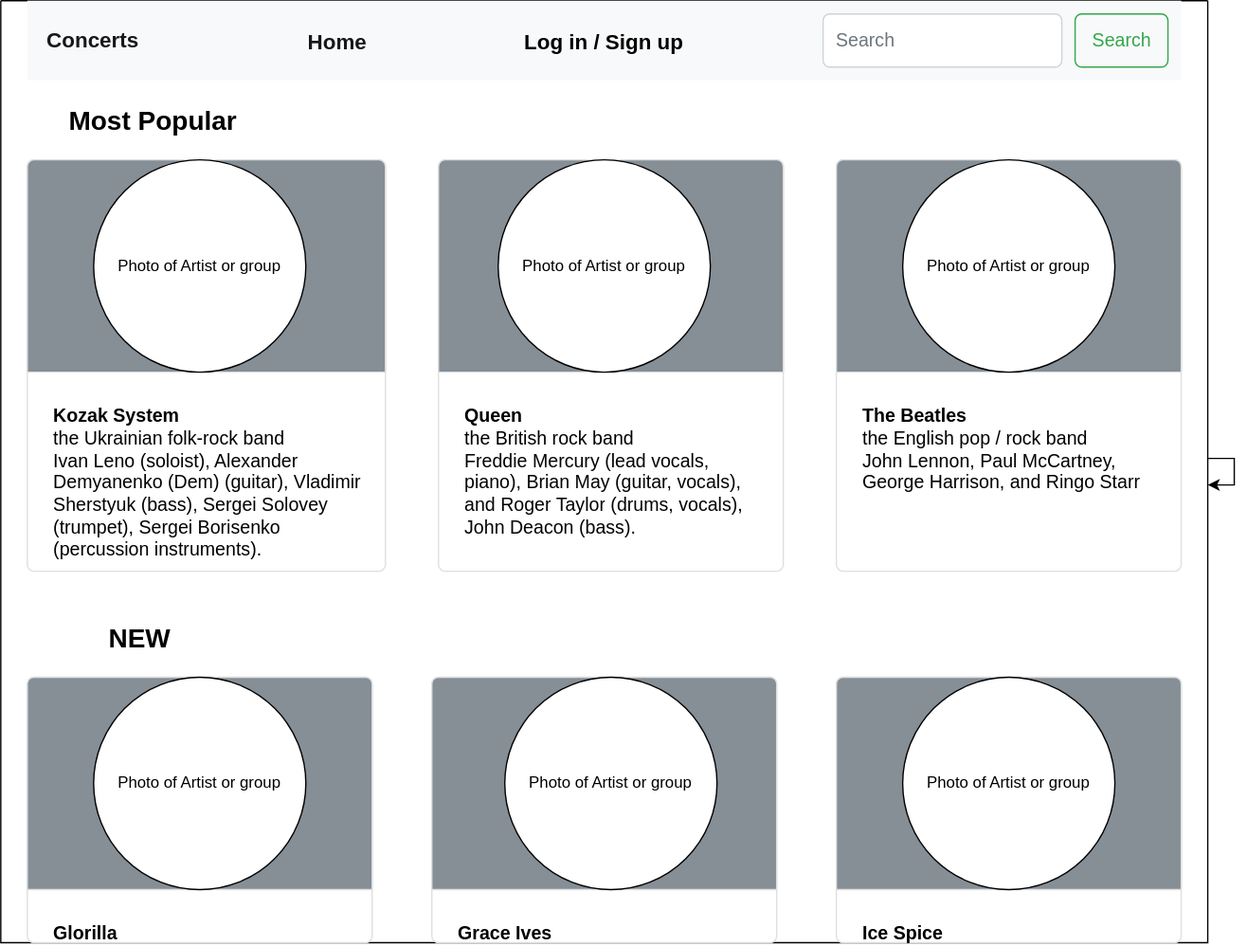
Before: .mainPage.svg, a diagram exported from draw.io (Nostiia/Team5). Source tidied: cells renumbered, new cells last; positions are measured from the earlier drawing's top-left corner, leaving out a move shared by most shapes.
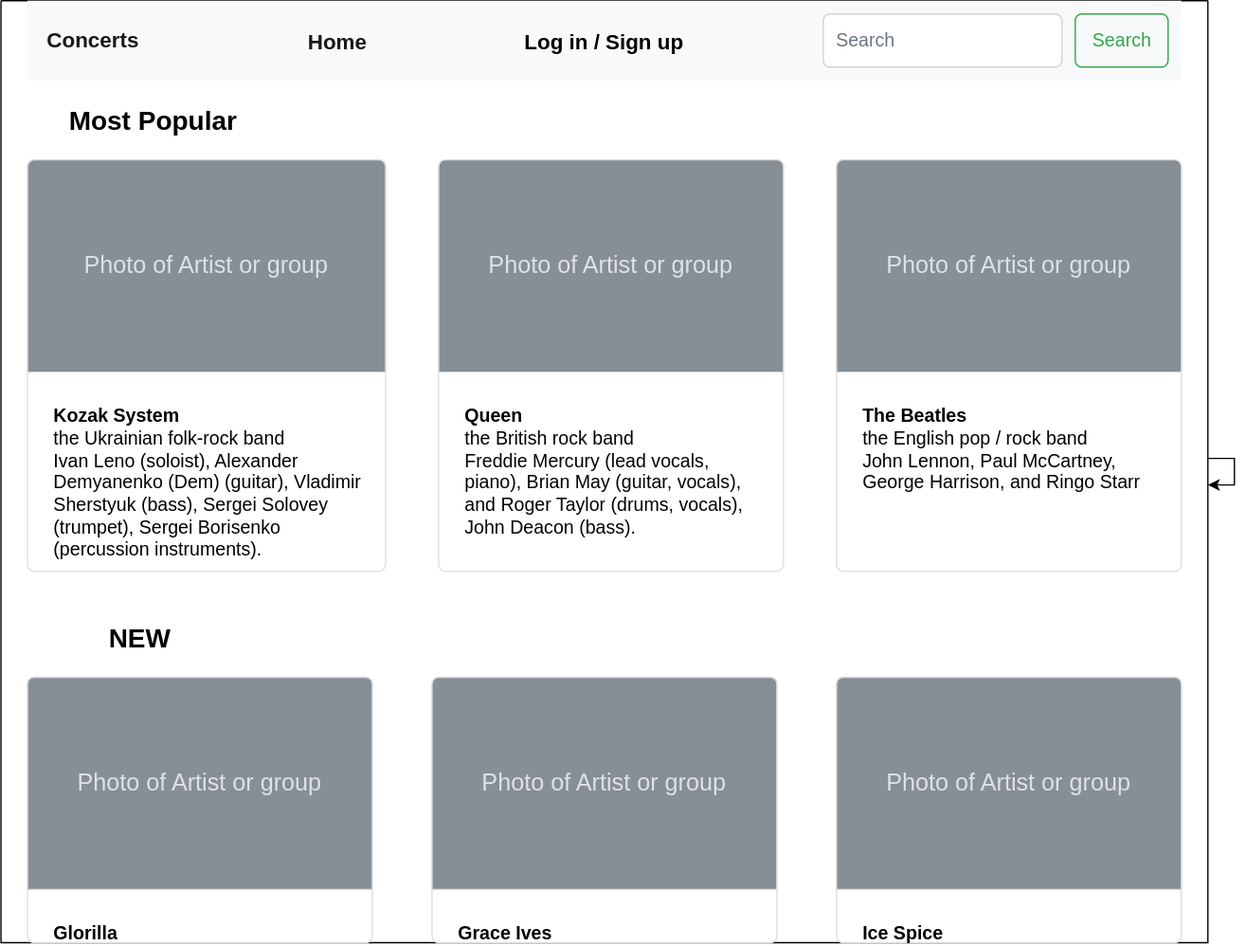
After the change.

Change to the diagram source:
```diff
@@ -8,32 +8,23 @@
     <mxCell id="3" value="&lt;b&gt;Queen&lt;br&gt;&lt;/b&gt;the British&amp;nbsp;&lt;a style=&quot;text-decoration-line: none; background: none rgb(255, 255, 255); overflow-wrap: break-word; font-family: sans-serif;&quot; title=&quot;Rock music&quot; href=&quot;https://en.wikipedia.org/wiki/Rock_music&quot;&gt;&lt;font color=&quot;#030303&quot;&gt;rock&lt;/font&gt;&lt;/a&gt;&amp;nbsp;band&lt;br&gt;&lt;font color=&quot;#030303&quot;&gt;&lt;a style=&quot;text-decoration-line: none; background: none rgb(255, 255, 255); overflow-wrap: break-word; font-family: sans-serif;&quot; title=&quot;Freddie Mercury&quot; href=&quot;https://en.wikipedia.org/wiki/Freddie_Mercury&quot;&gt;&lt;font color=&quot;#030303&quot;&gt;Freddie Mercury&lt;/font&gt;&lt;/a&gt;&lt;span style=&quot;font-family: sans-serif; background-color: rgb(255, 255, 255);&quot;&gt;&amp;nbsp;(lead vocals, piano),&amp;nbsp;&lt;/span&gt;&lt;a style=&quot;text-decoration-line: none; background: none rgb(255, 255, 255); overflow-wrap: break-word; font-family: sans-serif;&quot; title=&quot;Brian May&quot; href=&quot;https://en.wikipedia.org/wiki/Brian_May&quot;&gt;&lt;font color=&quot;#030303&quot;&gt;Brian May&lt;/font&gt;&lt;/a&gt;&lt;span style=&quot;font-family: sans-serif; background-color: rgb(255, 255, 255);&quot;&gt;&amp;nbsp;(guitar, vocals), and&amp;nbsp;&lt;/span&gt;&lt;a style=&quot;text-decoration-line: none; background: none rgb(255, 255, 255); overflow-wrap: break-word; font-family: sans-serif;&quot; title=&quot;Roger Taylor (Queen drummer)&quot; href=&quot;https://en.wikipedia.org/wiki/Roger_Taylor_(Queen_drummer)&quot;&gt;&lt;font color=&quot;#030303&quot;&gt;Roger Taylor&lt;/font&gt;&lt;/a&gt;&lt;span style=&quot;font-family: sans-serif; background-color: rgb(255, 255, 255);&quot;&gt;&amp;nbsp;(drums, vocals), &lt;/span&gt;&lt;a style=&quot;text-decoration-line: none; background: none rgb(255, 255, 255); overflow-wrap: break-word; font-family: sans-serif;&quot; title=&quot;John Deacon&quot; href=&quot;https://en.wikipedia.org/wiki/John_Deacon&quot;&gt;&lt;font color=&quot;#030303&quot;&gt;John Deacon&lt;/font&gt;&lt;/a&gt;&lt;span style=&quot;font-family: sans-serif; background-color: rgb(255, 255, 255);&quot;&gt;&amp;nbsp;(bass).&lt;/span&gt;&lt;span style=&quot;font-family: sans-serif; background-color: rgb(255, 255, 255);&quot;&gt;&amp;nbsp;&amp;nbsp;&lt;/span&gt;&lt;/font&gt;&lt;b&gt;&lt;br&gt;&lt;/b&gt;" style="html=1;shadow=0;dashed=0;shape=mxgraph.bootstrap.rrect;rSize=5;strokeColor=#DFDFDF;html=1;whiteSpace=wrap;fillColor=#ffffff;fontColor=#000000;verticalAlign=top;align=left;spacing=20;spacingBottom=0;fontSize=14;spacingTop=160;" parent="2" vertex="1">
       <mxGeometry x="330" y="120" width="260" height="310" as="geometry" />
     </mxCell>
-    <mxCell id="4" value="Image cap" style="html=1;shadow=0;dashed=0;shape=mxgraph.bootstrap.topButton;rSize=5;perimeter=none;whiteSpace=wrap;fillColor=#868E96;strokeColor=#DFDFDF;fontColor=#DEE2E6;fontSize=18;" parent="3" vertex="1">
+    <mxCell id="4" value="Photo of Artist or group" style="html=1;shadow=0;dashed=0;shape=mxgraph.bootstrap.topButton;rSize=5;perimeter=none;whiteSpace=wrap;fillColor=#868E96;strokeColor=#DFDFDF;fontColor=#DEE2E6;fontSize=18;" parent="3" vertex="1">
       <mxGeometry width="260" height="160" relative="1" as="geometry" />
     </mxCell>
-    <mxCell id="5" value="Photo of Artist or group" style="ellipse;whiteSpace=wrap;html=1;" parent="3" vertex="1">
-      <mxGeometry x="45" width="160" height="160" as="geometry" />
-    </mxCell>
     <mxCell id="6" value="&lt;b&gt;Kozak System&lt;br&gt;&lt;/b&gt;the Ukrainian folk-rock band&lt;br&gt;Ivan Leno (soloist), Alexander Demyanenko (Dem) (guitar), Vladimir Sherstyuk (bass), Sergei Solovey (trumpet), Sergei Borisenko (percussion instruments).&lt;br&gt;&lt;b&gt;&lt;br&gt;&lt;/b&gt;" style="html=1;shadow=0;dashed=0;shape=mxgraph.bootstrap.rrect;rSize=5;strokeColor=#DFDFDF;html=1;whiteSpace=wrap;fillColor=#ffffff;fontColor=#000000;verticalAlign=top;align=left;spacing=20;spacingBottom=0;fontSize=14;spacingTop=160;" parent="2" vertex="1">
       <mxGeometry width="270" height="310" relative="1" as="geometry">
         <mxPoint x="20" y="120" as="offset" />
       </mxGeometry>
     </mxCell>
-    <mxCell id="7" style="html=1;shadow=0;dashed=0;shape=mxgraph.bootstrap.topButton;rSize=5;perimeter=none;whiteSpace=wrap;fillColor=#868E96;strokeColor=#DFDFDF;fontColor=#DEE2E6;fontSize=18;" parent="6" vertex="1">
+    <mxCell id="7" value="Photo of Artist or group" style="html=1;shadow=0;dashed=0;shape=mxgraph.bootstrap.topButton;rSize=5;perimeter=none;whiteSpace=wrap;fillColor=#868E96;strokeColor=#DFDFDF;fontColor=#DEE2E6;fontSize=18;" parent="6" vertex="1">
       <mxGeometry width="270" height="160" relative="1" as="geometry" />
     </mxCell>
-    <mxCell id="8" value="Photo of Artist or group" style="ellipse;whiteSpace=wrap;html=1;" parent="6" vertex="1">
-      <mxGeometry x="50" width="160" height="160" as="geometry" />
-    </mxCell>
     <mxCell id="9" value="&lt;b&gt;The Beatles&lt;br&gt;&lt;/b&gt;the English pop / rock band&lt;br&gt;John Lennon, Paul McCartney, George Harrison, and Ringo Starr&lt;b&gt;&lt;br&gt;&lt;/b&gt;" style="html=1;shadow=0;dashed=0;shape=mxgraph.bootstrap.rrect;rSize=5;strokeColor=#DFDFDF;html=1;whiteSpace=wrap;fillColor=#ffffff;fontColor=#000000;verticalAlign=top;align=left;spacing=20;spacingBottom=0;fontSize=14;spacingTop=160;" parent="2" vertex="1">
       <mxGeometry x="630" y="120" width="260" height="310" as="geometry" />
     </mxCell>
-    <mxCell id="10" value="Image cap" style="html=1;shadow=0;dashed=0;shape=mxgraph.bootstrap.topButton;rSize=5;perimeter=none;whiteSpace=wrap;fillColor=#868E96;strokeColor=#DFDFDF;fontColor=#DEE2E6;fontSize=18;" parent="9" vertex="1">
+    <mxCell id="10" value="Photo of Artist or group" style="html=1;shadow=0;dashed=0;shape=mxgraph.bootstrap.topButton;rSize=5;perimeter=none;whiteSpace=wrap;fillColor=#868E96;strokeColor=#DFDFDF;fontColor=#DEE2E6;fontSize=18;" parent="9" vertex="1">
       <mxGeometry width="260" height="160" relative="1" as="geometry" />
     </mxCell>
-    <mxCell id="11" value="Photo of Artist or group" style="ellipse;whiteSpace=wrap;html=1;" parent="9" vertex="1">
-      <mxGeometry x="50" width="160" height="160" as="geometry" />
-    </mxCell>
     <mxCell id="12" value="&lt;b&gt;Concerts&lt;/b&gt;" style="html=1;shadow=0;dashed=0;fillColor=#F8F9FA;strokeColor=none;fontSize=16;fontColor=#181819;align=left;spacing=15;" parent="2" vertex="1">
       <mxGeometry x="20" width="870" height="60" as="geometry" />
     </mxCell>
@@ -63,30 +54,21 @@
     <mxCell id="18" value="&lt;b&gt;Glorilla&lt;/b&gt;" style="html=1;shadow=0;dashed=0;shape=mxgraph.bootstrap.rrect;rSize=5;strokeColor=#DFDFDF;html=1;whiteSpace=wrap;fillColor=#ffffff;fontColor=#000000;verticalAlign=top;align=left;spacing=20;spacingBottom=0;fontSize=14;spacingTop=160;" parent="2" vertex="1">
       <mxGeometry x="20" y="510" width="260" height="200" as="geometry" />
     </mxCell>
-    <mxCell id="19" value="Image cap" style="html=1;shadow=0;dashed=0;shape=mxgraph.bootstrap.topButton;rSize=5;perimeter=none;whiteSpace=wrap;fillColor=#868E96;strokeColor=#DFDFDF;fontColor=#DEE2E6;fontSize=18;" parent="18" vertex="1">
+    <mxCell id="19" value="Photo of Artist or group" style="html=1;shadow=0;dashed=0;shape=mxgraph.bootstrap.topButton;rSize=5;perimeter=none;whiteSpace=wrap;fillColor=#868E96;strokeColor=#DFDFDF;fontColor=#DEE2E6;fontSize=18;" parent="18" vertex="1">
       <mxGeometry width="260" height="160" relative="1" as="geometry" />
     </mxCell>
-    <mxCell id="20" value="Photo of Artist or group" style="ellipse;whiteSpace=wrap;html=1;" parent="18" vertex="1">
-      <mxGeometry x="50" width="160" height="160" as="geometry" />
-    </mxCell>
     <mxCell id="21" value="&lt;b&gt;Grace Ives&lt;/b&gt;" style="html=1;shadow=0;dashed=0;shape=mxgraph.bootstrap.rrect;rSize=5;strokeColor=#DFDFDF;html=1;whiteSpace=wrap;fillColor=#ffffff;fontColor=#000000;verticalAlign=top;align=left;spacing=20;spacingBottom=0;fontSize=14;spacingTop=160;" parent="2" vertex="1">
       <mxGeometry x="325" y="510" width="260" height="200" as="geometry" />
     </mxCell>
-    <mxCell id="22" value="Image cap" style="html=1;shadow=0;dashed=0;shape=mxgraph.bootstrap.topButton;rSize=5;perimeter=none;whiteSpace=wrap;fillColor=#868E96;strokeColor=#DFDFDF;fontColor=#DEE2E6;fontSize=18;" parent="21" vertex="1">
+    <mxCell id="22" value="Photo of Artist or group" style="html=1;shadow=0;dashed=0;shape=mxgraph.bootstrap.topButton;rSize=5;perimeter=none;whiteSpace=wrap;fillColor=#868E96;strokeColor=#DFDFDF;fontColor=#DEE2E6;fontSize=18;" parent="21" vertex="1">
       <mxGeometry width="260" height="160" relative="1" as="geometry" />
     </mxCell>
-    <mxCell id="23" value="Photo of Artist or group" style="ellipse;whiteSpace=wrap;html=1;" parent="21" vertex="1">
-      <mxGeometry x="55" width="160" height="160" as="geometry" />
-    </mxCell>
     <mxCell id="24" value="&lt;b&gt;Ice Spice&lt;/b&gt;" style="html=1;shadow=0;dashed=0;shape=mxgraph.bootstrap.rrect;rSize=5;strokeColor=#DFDFDF;html=1;whiteSpace=wrap;fillColor=#ffffff;fontColor=#000000;verticalAlign=top;align=left;spacing=20;spacingBottom=0;fontSize=14;spacingTop=160;" parent="2" vertex="1">
       <mxGeometry x="630" y="510" width="260" height="200" as="geometry" />
     </mxCell>
-    <mxCell id="25" value="Image cap" style="html=1;shadow=0;dashed=0;shape=mxgraph.bootstrap.topButton;rSize=5;perimeter=none;whiteSpace=wrap;fillColor=#868E96;strokeColor=#DFDFDF;fontColor=#DEE2E6;fontSize=18;" parent="24" vertex="1">
+    <mxCell id="25" value="Photo of Artist or group" style="html=1;shadow=0;dashed=0;shape=mxgraph.bootstrap.topButton;rSize=5;perimeter=none;whiteSpace=wrap;fillColor=#868E96;strokeColor=#DFDFDF;fontColor=#DEE2E6;fontSize=18;" parent="24" vertex="1">
       <mxGeometry width="260" height="160" relative="1" as="geometry" />
     </mxCell>
-    <mxCell id="26" value="Photo of Artist or group" style="ellipse;whiteSpace=wrap;html=1;" parent="24" vertex="1">
-      <mxGeometry x="50" width="160" height="160" as="geometry" />
-    </mxCell>
     <mxCell id="27" value="&lt;font style=&quot;font-size: 20px;&quot;&gt;&lt;b&gt;NEW&lt;/b&gt;&lt;/font&gt;" style="rounded=0;whiteSpace=wrap;html=1;labelBorderColor=none;strokeColor=#ffffff;" parent="2" vertex="1">
       <mxGeometry x="20" y="460" width="170" height="40" as="geometry" />
     </mxCell>
```
